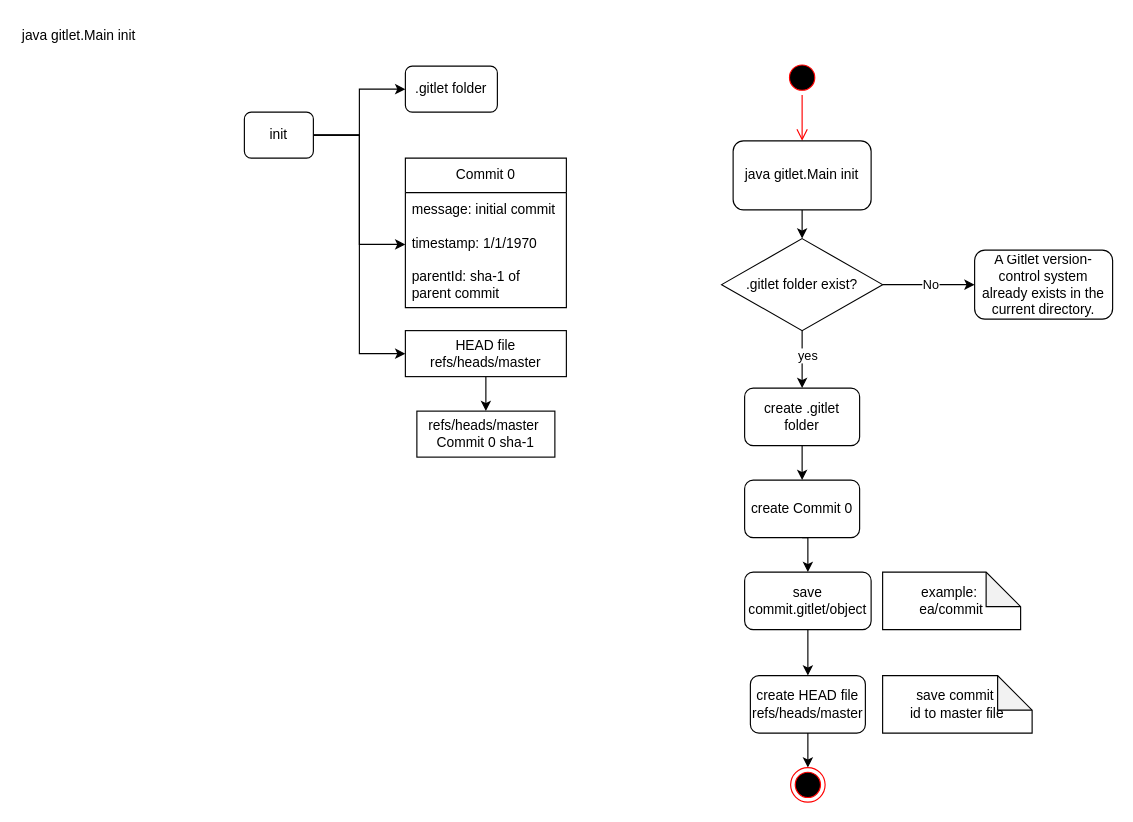
hangocanh2303/cs61b-self-learning keeps this draw.io diagram as page "init" (2 of 7) of proj2/design.drawio. Above is the earlier version. Source tidied: cells renumbered, new cells numbered last; positions are measured from the earlier drawing's top-left corner, leaving out a move shared by most shapes. Both pictures are drawn from the tidied source at 115%, with x=0, y=0 at pixel (20, 20).
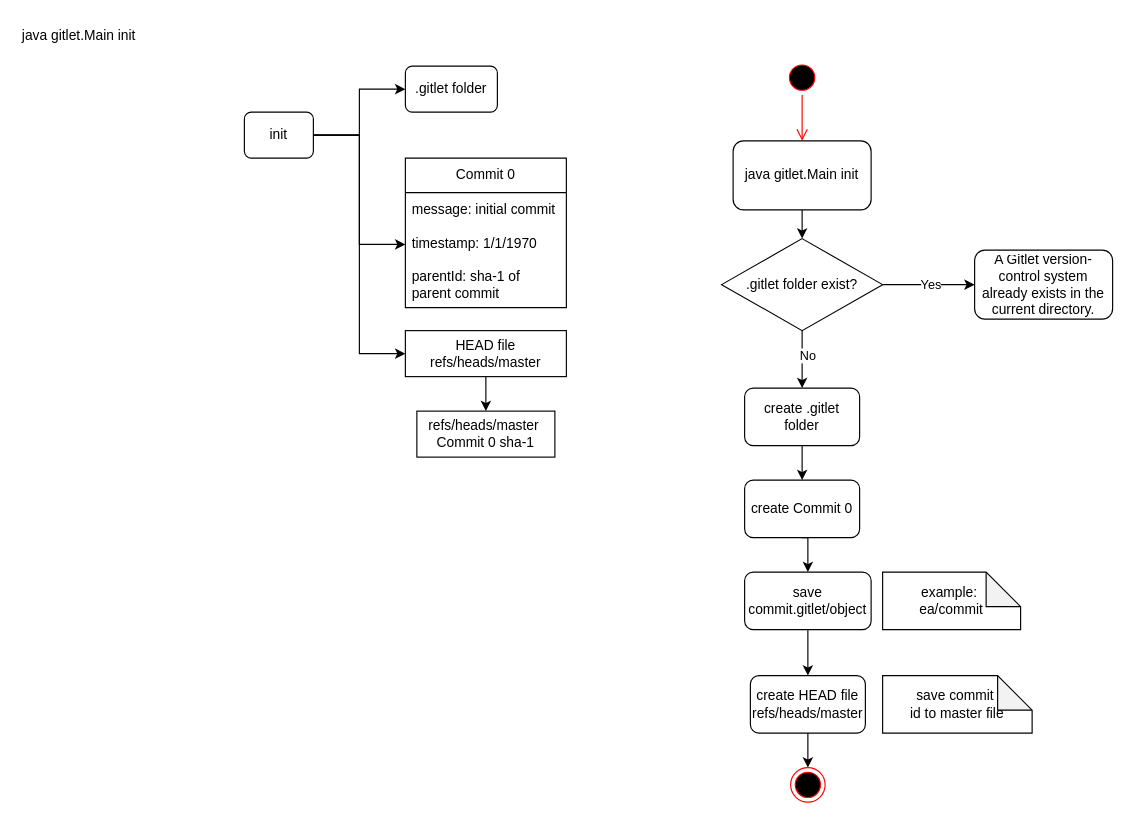
The same diagram, later.

Unchanged cells that the change refers to:
```xml
<mxCell id="19" style="edgeStyle=orthogonalEdgeStyle;rounded=0;jettySize=auto;html=1;exitX=1;exitY=0.5;exitDx=0;exitDy=0;entryX=0;entryY=0.5;entryDx=0;entryDy=0;" parent="1" edge="1" source="23" target="24">
  <mxGeometry relative="1" as="geometry" />
</mxCell>
<mxCell id="21" style="edgeStyle=orthogonalEdgeStyle;rounded=0;jettySize=auto;html=1;exitX=0.5;exitY=1;exitDx=0;exitDy=0;entryX=0.5;entryY=0;entryDx=0;entryDy=0;" parent="1" edge="1" source="23" target="26">
  <mxGeometry relative="1" as="geometry" />
</mxCell>
```

What changed in the source:
```diff
@@
-    <mxCell id="20" value="No" style="edgeLabel;html=1;align=center;verticalAlign=middle;" parent="19" vertex="1">
+    <mxCell id="20" value="Yes" style="edgeLabel;html=1;align=center;verticalAlign=middle;" parent="19" vertex="1">
       <mxGeometry x="0.03" y="1" relative="1" as="geometry" />
     </mxCell>
@@
-    <mxCell id="22" value="yes" style="edgeLabel;html=1;align=center;verticalAlign=middle;" parent="21" vertex="1">
+    <mxCell id="22" value="No" style="edgeLabel;html=1;align=center;verticalAlign=middle;" parent="21" vertex="1">
       <mxGeometry x="-0.16" y="4" relative="1" as="geometry" />
     </mxCell>
```
